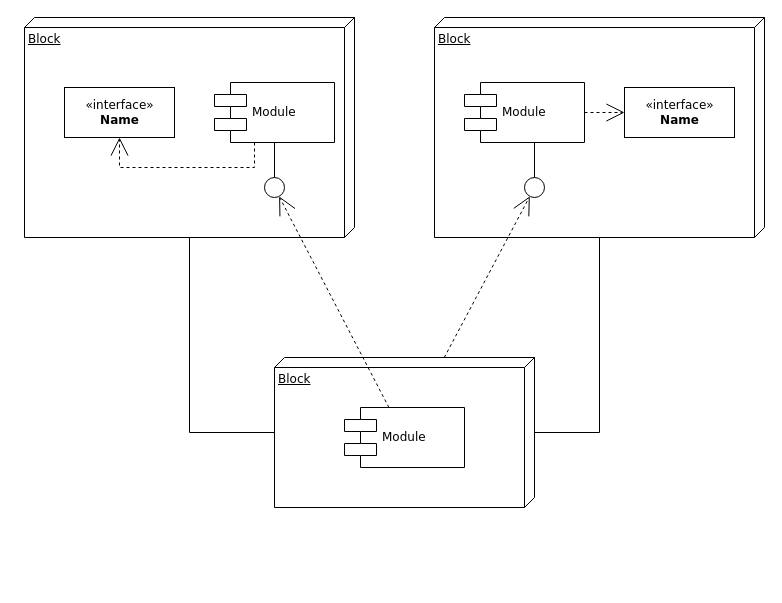
The draw.io diagram Untitled Diagram.drawio in drakiula/diagrams, before the edit. Source tidied: cells renumbered, new cells numbered last; positions are measured from the earlier drawing's top-left corner, leaving out a move shared by most shapes. Both pictures are drawn from the tidied source at 100%, with x=0, y=0 at pixel (24, 17).
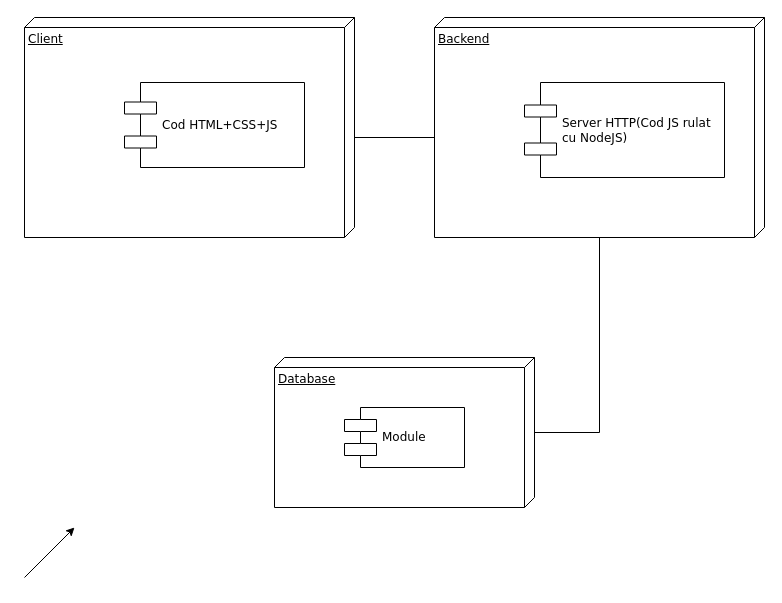
After the change.

The change refers to these unchanged cells:
```xml
<mxCell id="11" value="Module" style="shape=component;align=left;spacingLeft=36;rounded=0;shadow=0;comic=0;labelBackgroundColor=none;strokeColor=#000000;strokeWidth=1;fillColor=#ffffff;fontFamily=Verdana;fontSize=12;fontColor=#000000;html=1;" parent="1" vertex="1">
  <mxGeometry x="320" y="390" width="120" height="60" as="geometry" />
</mxCell>
```

Change to the diagram source:
```diff
@@
-    <mxCell id="2" value="Block" style="verticalAlign=top;align=left;spacingTop=8;spacingLeft=2;spacingRight=12;shape=cube;size=10;direction=south;fontStyle=4;html=1;rounded=0;shadow=0;comic=0;labelBackgroundColor=none;strokeColor=#000000;strokeWidth=1;fillColor=#ffffff;fontFamily=Verdana;fontSize=12;fontColor=#000000;" parent="1" vertex="1">
+    <mxCell id="2" value="Client" style="verticalAlign=top;align=left;spacingTop=8;spacingLeft=2;spacingRight=12;shape=cube;size=10;direction=south;fontStyle=4;html=1;rounded=0;shadow=0;comic=0;labelBackgroundColor=none;strokeColor=#000000;strokeWidth=1;fillColor=#ffffff;fontFamily=Verdana;fontSize=12;fontColor=#000000;" parent="1" vertex="1">
       <mxGeometry width="330" height="220" as="geometry" />
     </mxCell>
-    <mxCell id="3" value="Block" style="verticalAlign=top;align=left;spacingTop=8;spacingLeft=2;spacingRight=12;shape=cube;size=10;direction=south;fontStyle=4;html=1;rounded=0;shadow=0;comic=0;labelBackgroundColor=none;strokeColor=#000000;strokeWidth=1;fillColor=#ffffff;fontFamily=Verdana;fontSize=12;fontColor=#000000;" parent="1" vertex="1">
+    <mxCell id="3" value="Backend" style="verticalAlign=top;align=left;spacingTop=8;spacingLeft=2;spacingRight=12;shape=cube;size=10;direction=south;fontStyle=4;html=1;rounded=0;shadow=0;comic=0;labelBackgroundColor=none;strokeColor=#000000;strokeWidth=1;fillColor=#ffffff;fontFamily=Verdana;fontSize=12;fontColor=#000000;" parent="1" vertex="1">
       <mxGeometry x="410" width="330" height="220" as="geometry" />
     </mxCell>
-    <mxCell id="4" value="Block" style="verticalAlign=top;align=left;spacingTop=8;spacingLeft=2;spacingRight=12;shape=cube;size=10;direction=south;fontStyle=4;html=1;rounded=0;shadow=0;comic=0;labelBackgroundColor=none;strokeColor=#000000;strokeWidth=1;fillColor=#ffffff;fontFamily=Verdana;fontSize=12;fontColor=#000000;" parent="1" vertex="1">
+    <mxCell id="4" value="Database" style="verticalAlign=top;align=left;spacingTop=8;spacingLeft=2;spacingRight=12;shape=cube;size=10;direction=south;fontStyle=4;html=1;rounded=0;shadow=0;comic=0;labelBackgroundColor=none;strokeColor=#000000;strokeWidth=1;fillColor=#ffffff;fontFamily=Verdana;fontSize=12;fontColor=#000000;" parent="1" vertex="1">
       <mxGeometry x="250" y="340" width="260" height="150" as="geometry" />
     </mxCell>
-    <mxCell id="5" value="&amp;laquo;interface&amp;raquo;&lt;br&gt;&lt;b&gt;Name&lt;/b&gt;" style="html=1;rounded=0;shadow=0;comic=0;labelBackgroundColor=none;strokeColor=#000000;strokeWidth=1;fillColor=#ffffff;fontFamily=Verdana;fontSize=12;fontColor=#000000;align=center;" parent="1" vertex="1">
-      <mxGeometry x="40" y="70" width="110" height="50" as="geometry" />
-    </mxCell>
-    <mxCell id="6" value="Module" style="shape=component;align=left;spacingLeft=36;rounded=0;shadow=0;comic=0;labelBackgroundColor=none;strokeColor=#000000;strokeWidth=1;fillColor=#ffffff;fontFamily=Verdana;fontSize=12;fontColor=#000000;html=1;" parent="1" vertex="1">
-      <mxGeometry x="190" y="65" width="120" height="60" as="geometry" />
+    <mxCell id="6" value="Cod HTML+CSS+JS" style="shape=component;align=left;spacingLeft=36;rounded=0;shadow=0;comic=0;labelBackgroundColor=none;strokeColor=#000000;strokeWidth=1;fillColor=#ffffff;fontFamily=Verdana;fontSize=12;fontColor=#000000;html=1;" parent="1" vertex="1">
+      <mxGeometry x="100" y="65" width="180" height="85" as="geometry" />
     </mxCell>
-    <mxCell id="7" style="ellipse;whiteSpace=wrap;html=1;rounded=0;shadow=0;comic=0;labelBackgroundColor=none;strokeColor=#000000;strokeWidth=1;fillColor=#ffffff;fontFamily=Verdana;fontSize=12;fontColor=#000000;align=center;" parent="1" vertex="1">
-      <mxGeometry x="240" y="160" width="20" height="20" as="geometry" />
-    </mxCell>
-    <mxCell id="8" value="Module" style="shape=component;align=left;spacingLeft=36;rounded=0;shadow=0;comic=0;labelBackgroundColor=none;strokeColor=#000000;strokeWidth=1;fillColor=#ffffff;fontFamily=Verdana;fontSize=12;fontColor=#000000;html=1;" parent="1" vertex="1">
-      <mxGeometry x="440" y="65" width="120" height="60" as="geometry" />
+    <mxCell id="8" value="&lt;div&gt;Server HTTP(Cod JS rulat&lt;/div&gt;&lt;div&gt;cu NodeJS)&lt;br&gt;&lt;/div&gt;" style="shape=component;align=left;spacingLeft=36;rounded=0;shadow=0;comic=0;labelBackgroundColor=none;strokeColor=#000000;strokeWidth=1;fillColor=#ffffff;fontFamily=Verdana;fontSize=12;fontColor=#000000;html=1;" parent="1" vertex="1">
+      <mxGeometry x="500" y="65" width="200" height="95" as="geometry" />
     </mxCell>
-    <mxCell id="9" value="&amp;laquo;interface&amp;raquo;&lt;br&gt;&lt;b&gt;Name&lt;/b&gt;" style="html=1;rounded=0;shadow=0;comic=0;labelBackgroundColor=none;strokeColor=#000000;strokeWidth=1;fillColor=#ffffff;fontFamily=Verdana;fontSize=12;fontColor=#000000;align=center;" parent="1" vertex="1">
-      <mxGeometry x="600" y="70" width="110" height="50" as="geometry" />
-    </mxCell>
-    <mxCell id="10" style="ellipse;whiteSpace=wrap;html=1;rounded=0;shadow=0;comic=0;labelBackgroundColor=none;strokeColor=#000000;strokeWidth=1;fillColor=#ffffff;fontFamily=Verdana;fontSize=12;fontColor=#000000;align=center;" parent="1" vertex="1">
-      <mxGeometry x="500" y="160" width="20" height="20" as="geometry" />
-    </mxCell>
@@
-    <mxCell id="12" style="edgeStyle=none;rounded=0;html=1;dashed=1;labelBackgroundColor=none;startArrow=none;startFill=0;startSize=8;endArrow=open;endFill=0;endSize=16;fontFamily=Verdana;fontSize=12;" parent="1" edge="1" source="11" target="7">
-      <mxGeometry relative="1" as="geometry" />
-    </mxCell>
-    <mxCell id="13" style="edgeStyle=none;rounded=0;html=1;dashed=1;labelBackgroundColor=none;startArrow=none;startFill=0;startSize=8;endArrow=open;endFill=0;endSize=16;fontFamily=Verdana;fontSize=12;" parent="1" edge="1" source="4" target="10">
-      <mxGeometry relative="1" as="geometry" />
-    </mxCell>
-    <mxCell id="14" style="edgeStyle=elbowEdgeStyle;rounded=0;html=1;labelBackgroundColor=none;startArrow=none;startFill=0;startSize=8;endArrow=none;endFill=0;endSize=16;fontFamily=Verdana;fontSize=12;" parent="1" edge="1" source="10" target="8">
-      <mxGeometry relative="1" as="geometry" />
-    </mxCell>
-    <mxCell id="15" style="edgeStyle=elbowEdgeStyle;rounded=0;html=1;labelBackgroundColor=none;startArrow=none;startFill=0;startSize=8;endArrow=none;endFill=0;endSize=16;fontFamily=Verdana;fontSize=12;" parent="1" edge="1" source="7" target="6">
-      <mxGeometry relative="1" as="geometry" />
-    </mxCell>
-    <mxCell id="16" style="edgeStyle=orthogonalEdgeStyle;rounded=0;html=1;labelBackgroundColor=none;startArrow=none;startFill=0;startSize=8;endArrow=open;endFill=0;endSize=16;fontFamily=Verdana;fontSize=12;dashed=1;" parent="1" edge="1" source="6" target="5">
-      <mxGeometry relative="1" as="geometry">
-        <Array as="points">
-          <mxPoint x="230" y="150" />
-          <mxPoint x="95" y="150" />
-        </Array>
-      </mxGeometry>
-    </mxCell>
-    <mxCell id="17" style="edgeStyle=orthogonalEdgeStyle;rounded=0;html=1;dashed=1;labelBackgroundColor=none;startArrow=none;startFill=0;startSize=8;endArrow=open;endFill=0;endSize=16;fontFamily=Verdana;fontSize=12;" parent="1" edge="1" source="8" target="9">
-      <mxGeometry relative="1" as="geometry" />
-    </mxCell>
@@
-    <mxCell id="19" style="edgeStyle=orthogonalEdgeStyle;rounded=0;html=1;labelBackgroundColor=none;startArrow=none;startFill=0;startSize=8;endArrow=none;endFill=0;endSize=16;fontFamily=Verdana;fontSize=12;" parent="1" edge="1" source="4" target="2">
+    <mxCell id="19" style="edgeStyle=orthogonalEdgeStyle;rounded=0;html=1;labelBackgroundColor=none;startArrow=none;startFill=0;startSize=8;endArrow=none;endFill=0;endSize=16;fontFamily=Verdana;fontSize=12;exitX=0.555;exitY=1;exitDx=0;exitDy=0;exitPerimeter=0;" parent="1" edge="1" source="3" target="2">
       <mxGeometry relative="1" as="geometry">
         <Array as="points">
-          <mxPoint x="165" y="415" />
+          <mxPoint x="410" y="120" />
         </Array>
       </mxGeometry>
     </mxCell>
+    <mxCell id="20" style="endArrow=classic;html=1;" parent="1" edge="1">
+      <mxGeometry relative="1" as="geometry">
+        <mxPoint y="560" as="sourcePoint" />
+        <mxPoint x="50" y="510" as="targetPoint" />
+      </mxGeometry>
+    </mxCell>
```
